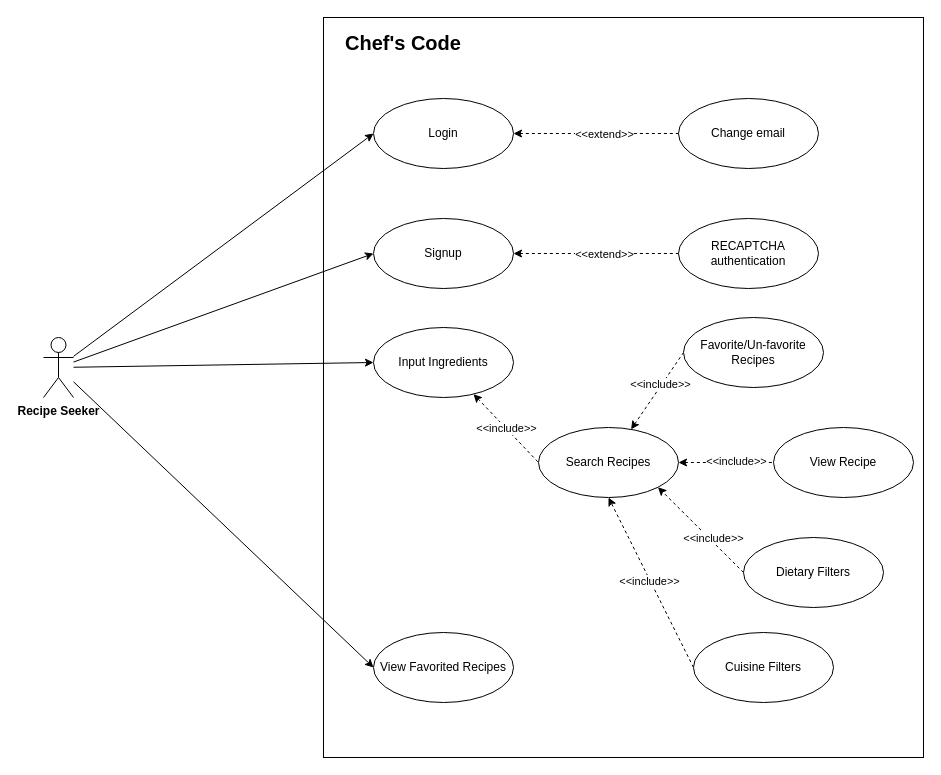
The draw.io diagram documentation/drawio-files/UseCaseDiagramRecipeSeeker.drawio in KhoiLe18/CS476-Project-Chefs-Code, before the edit. Source tidied: cells renumbered, new cells numbered last; positions are measured from the earlier drawing's top-left corner, leaving out a move shared by most shapes. Both pictures are drawn from the tidied source at 100%, with x=0, y=0 at pixel (43, 17).
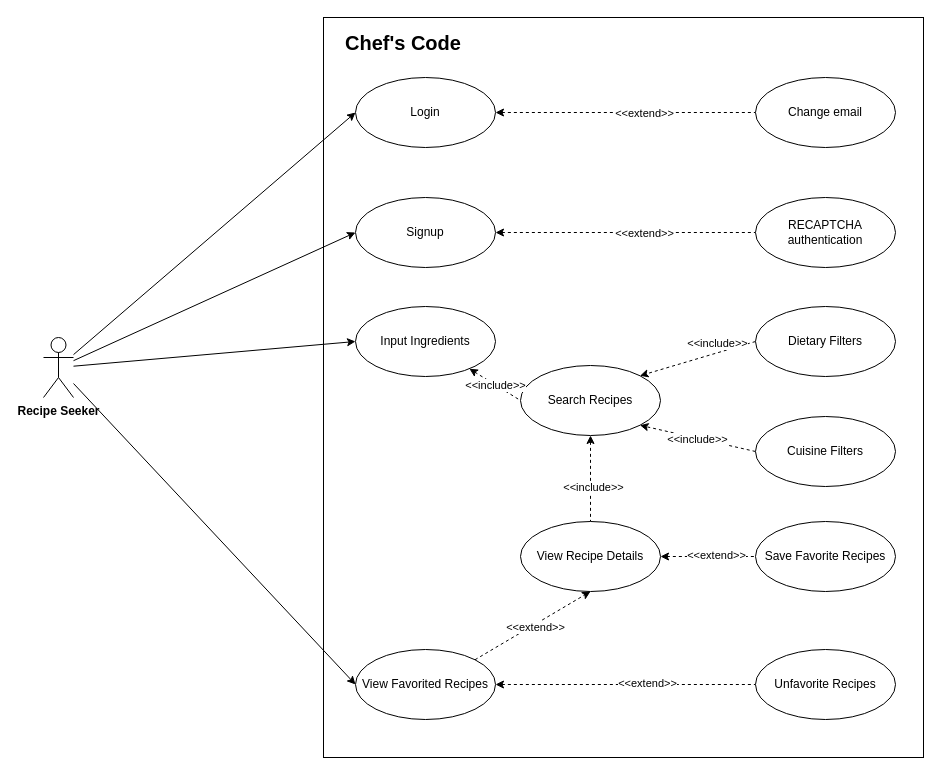
Above is the later version.

Change to the diagram source:
```diff
@@
     <mxCell id="10" value="Login" style="ellipse;whiteSpace=wrap;html=1;" parent="1" vertex="1">
-      <mxGeometry x="330" y="81" width="140" height="70" as="geometry" />
+      <mxGeometry x="312" y="60" width="140" height="70" as="geometry" />
     </mxCell>
     <mxCell id="11" value="Signup" style="ellipse;whiteSpace=wrap;html=1;" parent="1" vertex="1">
-      <mxGeometry x="330" y="201" width="140" height="70" as="geometry" />
+      <mxGeometry x="312" y="180" width="140" height="70" as="geometry" />
     </mxCell>
-    <mxCell id="12" style="rounded=0;jettySize=auto;html=1;entryX=0;entryY=0.5;entryDx=0;entryDy=0;startArrow=classic;startFill=1;endArrow=none;dashed=1;" parent="1" edge="1" source="16" target="20">
+    <mxCell id="12" style="rounded=0;jettySize=auto;html=1;entryX=0;entryY=0.5;entryDx=0;entryDy=0;startArrow=classic;startFill=1;endArrow=none;dashed=1;exitX=1;exitY=0.5;exitDx=0;exitDy=0;" parent="1" edge="1" source="21" target="20">
       <mxGeometry relative="1" as="geometry" />
     </mxCell>
-    <mxCell id="13" value="&amp;lt;&amp;lt;include&amp;gt;&amp;gt;" style="edgeLabel;html=1;align=center;verticalAlign=middle;" parent="12" vertex="1">
+    <mxCell id="13" value="&amp;lt;&amp;lt;extend&amp;gt;&amp;gt;" style="edgeLabel;html=1;align=center;verticalAlign=middle;" parent="12" vertex="1">
       <mxGeometry x="0.16" y="2" relative="1" as="geometry" />
     </mxCell>
-    <mxCell id="14" style="rounded=0;jettySize=auto;html=1;entryX=0;entryY=0.5;entryDx=0;entryDy=0;startArrow=classic;startFill=1;endArrow=none;dashed=1;" parent="1" edge="1" source="16" target="21">
+    <mxCell id="14" style="rounded=0;jettySize=auto;html=1;entryX=0.5;entryY=0;entryDx=0;entryDy=0;startArrow=classic;startFill=1;endArrow=none;dashed=1;" parent="1" edge="1" source="16" target="21">
       <mxGeometry relative="1" as="geometry" />
     </mxCell>
@@
     <mxCell id="16" value="Search Recipes" style="ellipse;whiteSpace=wrap;html=1;" parent="1" vertex="1">
-      <mxGeometry x="495" y="410" width="140" height="70" as="geometry" />
+      <mxGeometry x="477" y="348" width="140" height="70" as="geometry" />
     </mxCell>
-    <mxCell id="17" style="rounded=0;jettySize=auto;html=1;exitX=0;exitY=0.5;exitDx=0;exitDy=0;entryX=1;entryY=1;entryDx=0;entryDy=0;dashed=1;" parent="1" edge="1" source="19" target="16">
+    <mxCell id="17" style="rounded=0;jettySize=auto;html=1;exitX=0;exitY=0.5;exitDx=0;exitDy=0;entryX=1;entryY=0;entryDx=0;entryDy=0;dashed=1;" parent="1" edge="1" source="19" target="16">
       <mxGeometry relative="1" as="geometry" />
     </mxCell>
@@
     <mxCell id="19" value="Dietary Filters" style="ellipse;whiteSpace=wrap;html=1;" parent="1" vertex="1">
-      <mxGeometry x="700" y="520" width="140" height="70" as="geometry" />
+      <mxGeometry x="712" y="289" width="140" height="70" as="geometry" />
     </mxCell>
-    <mxCell id="20" value="Favorite/Un-favorite Recipes" style="ellipse;whiteSpace=wrap;html=1;" parent="1" vertex="1">
-      <mxGeometry x="640" y="300" width="140" height="70" as="geometry" />
+    <mxCell id="20" value="Save Favorite Recipes" style="ellipse;whiteSpace=wrap;html=1;" parent="1" vertex="1">
+      <mxGeometry x="712" y="504" width="140" height="70" as="geometry" />
     </mxCell>
-    <mxCell id="21" value="View Recipe" style="ellipse;whiteSpace=wrap;html=1;" parent="1" vertex="1">
-      <mxGeometry x="730" y="410" width="140" height="70" as="geometry" />
+    <mxCell id="21" value="View Recipe Details" style="ellipse;whiteSpace=wrap;html=1;" parent="1" vertex="1">
+      <mxGeometry x="477" y="504" width="140" height="70" as="geometry" />
     </mxCell>
     <mxCell id="22" value="View Favorited Recipes" style="ellipse;whiteSpace=wrap;html=1;" parent="1" vertex="1">
-      <mxGeometry x="330" y="615" width="140" height="70" as="geometry" />
+      <mxGeometry x="312" y="632" width="140" height="70" as="geometry" />
     </mxCell>
     <mxCell id="23" value="Change email" style="ellipse;whiteSpace=wrap;html=1;" parent="1" vertex="1">
-      <mxGeometry x="635" y="81" width="140" height="70" as="geometry" />
+      <mxGeometry x="712" y="60" width="140" height="70" as="geometry" />
     </mxCell>
@@
     <mxCell id="26" value="Input Ingredients" style="ellipse;whiteSpace=wrap;html=1;" parent="1" vertex="1">
-      <mxGeometry x="330" y="310" width="140" height="70" as="geometry" />
+      <mxGeometry x="312" y="289" width="140" height="70" as="geometry" />
     </mxCell>
@@
     <mxCell id="30" value="RECAPTCHA authentication" style="ellipse;whiteSpace=wrap;html=1;" parent="1" vertex="1">
-      <mxGeometry x="635" y="201" width="140" height="70" as="geometry" />
+      <mxGeometry x="712" y="180" width="140" height="70" as="geometry" />
     </mxCell>
-    <mxCell id="31" style="rounded=0;jettySize=auto;html=1;exitX=0;exitY=0.5;exitDx=0;exitDy=0;entryX=0.5;entryY=1;entryDx=0;entryDy=0;dashed=1;" parent="1" edge="1" source="33" target="16">
+    <mxCell id="31" style="rounded=0;jettySize=auto;html=1;exitX=0;exitY=0.5;exitDx=0;exitDy=0;entryX=1;entryY=1;entryDx=0;entryDy=0;dashed=1;" parent="1" edge="1" source="33" target="16">
       <mxGeometry relative="1" as="geometry" />
     </mxCell>
@@
     <mxCell id="33" value="Cuisine Filters" style="ellipse;whiteSpace=wrap;html=1;" parent="1" vertex="1">
-      <mxGeometry x="650" y="615" width="140" height="70" as="geometry" />
+      <mxGeometry x="712" y="399" width="140" height="70" as="geometry" />
     </mxCell>
+    <mxCell id="34" style="rounded=0;jettySize=auto;html=1;entryX=0;entryY=0.5;entryDx=0;entryDy=0;startArrow=classic;startFill=1;endArrow=none;dashed=1;exitX=1;exitY=0.5;exitDx=0;exitDy=0;" parent="1" edge="1" source="22" target="36">
+      <mxGeometry relative="1" as="geometry" />
+    </mxCell>
+    <mxCell id="35" value="&amp;lt;&amp;lt;extend&amp;gt;&amp;gt;" style="edgeLabel;html=1;align=center;verticalAlign=middle;" parent="34" vertex="1">
+      <mxGeometry x="0.16" y="2" relative="1" as="geometry" />
+    </mxCell>
+    <mxCell id="36" value="Unfavorite Recipes" style="ellipse;whiteSpace=wrap;html=1;" parent="1" vertex="1">
+      <mxGeometry x="712" y="632" width="140" height="70" as="geometry" />
+    </mxCell>
+    <mxCell id="37" style="rounded=0;jettySize=auto;html=1;entryX=0.5;entryY=1;entryDx=0;entryDy=0;startArrow=none;startFill=0;endArrow=classic;dashed=1;exitX=1;exitY=0;exitDx=0;exitDy=0;endFill=1;" parent="1" edge="1" source="22" target="21">
+      <mxGeometry relative="1" as="geometry" />
+    </mxCell>
+    <mxCell id="38" value="&amp;lt;&amp;lt;extend&amp;gt;&amp;gt;" style="edgeLabel;html=1;align=center;verticalAlign=middle;" parent="37" vertex="1">
+      <mxGeometry x="0.16" y="2" relative="1" as="geometry">
+        <mxPoint x="-6" y="9" as="offset" />
+      </mxGeometry>
+    </mxCell>
```
